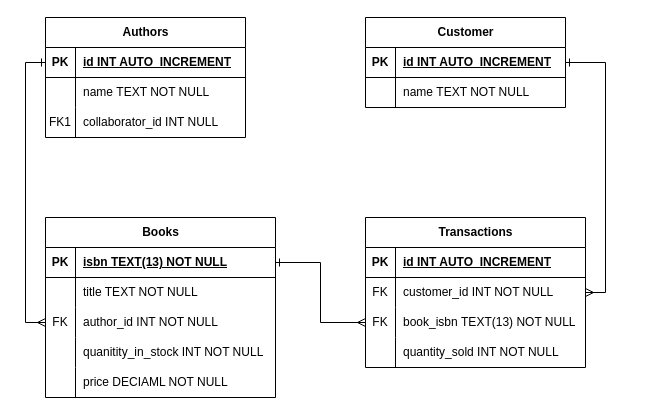
The draw.io diagram Question 1 Task 3.drawio in markoagidej/Database-Fundamentals, before the edit. Source tidied: cells renumbered, new cells numbered last; positions are measured from the earlier drawing's top-left corner, leaving out a move shared by most shapes. Both pictures are drawn from the tidied source at 100%, with x=0, y=0 at pixel (45, 17).
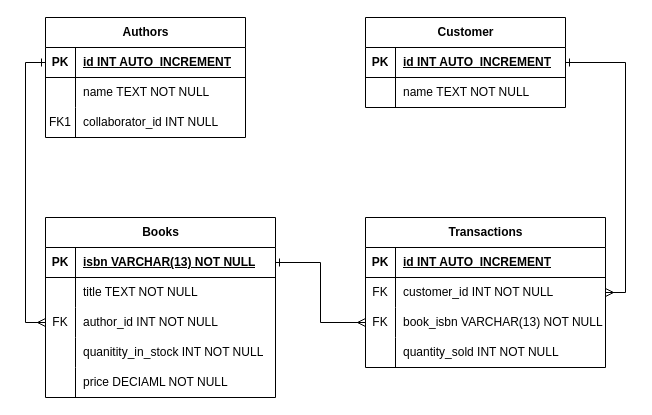
Above is the later version.

Commit message (it also covers changes not shown here):
Question 2 answered

The change refers to these unchanged cells:
```xml
<mxCell id="3" style="shape=tableRow;horizontal=0;startSize=0;swimlaneHead=0;swimlaneBody=0;fillColor=none;points=[[0,0.5],[1,0.5]];portConstraint=eastwest;top=0;left=0;right=0;bottom=1;" parent="2" vertex="1">
  <mxGeometry y="30" width="230" height="30" as="geometry" />
</mxCell>
```

The edit, as a diff of the source:
```diff
@@
-    <mxCell id="5" value="isbn&amp;nbsp;TEXT(13) NOT NULL" style="shape=partialRectangle;fillColor=none;top=0;left=0;bottom=0;right=0;align=left;spacingLeft=6;fontStyle=5;overflow=hidden;whiteSpace=wrap;html=1;" parent="3" vertex="1">
+    <mxCell id="5" value="isbn VARCHAR(13) NOT NULL" style="shape=partialRectangle;fillColor=none;top=0;left=0;bottom=0;right=0;align=left;spacingLeft=6;fontStyle=5;overflow=hidden;whiteSpace=wrap;html=1;" parent="3" vertex="1">
       <mxGeometry x="30" width="200" height="30" as="geometry" />
     </mxCell>
@@
     <mxCell id="18" value="Transactions" style="shape=table;startSize=30;childLayout=tableLayout;rowLines=0;fontStyle=1;align=center;html=1;" parent="1" vertex="1">
-      <mxGeometry x="320" y="200" width="220" height="150" as="geometry" />
+      <mxGeometry x="320" y="200" width="240" height="150" as="geometry" />
     </mxCell>
     <mxCell id="19" style="shape=tableRow;horizontal=0;startSize=0;swimlaneHead=0;swimlaneBody=0;fillColor=none;top=0;left=0;right=0;bottom=1;" parent="18" vertex="1">
-      <mxGeometry y="30" width="220" height="30" as="geometry" />
+      <mxGeometry y="30" width="240" height="30" as="geometry" />
     </mxCell>
@@
     <mxCell id="21" value="id&amp;nbsp;INT AUTO_INCREMENT" style="shape=partialRectangle;fillColor=none;top=0;left=0;bottom=0;right=0;align=left;spacingLeft=6;fontStyle=5;overflow=hidden;whiteSpace=wrap;html=1;" parent="19" vertex="1">
-      <mxGeometry x="30" width="190" height="30" as="geometry" />
+      <mxGeometry x="30" width="210" height="30" as="geometry" />
     </mxCell>
     <mxCell id="22" style="shape=tableRow;horizontal=0;startSize=0;swimlaneHead=0;swimlaneBody=0;fillColor=none;points=[[0,0.5],[1,0.5]];portConstraint=eastwest;top=0;left=0;right=0;bottom=0;" parent="18" vertex="1">
-      <mxGeometry y="60" width="220" height="30" as="geometry" />
+      <mxGeometry y="60" width="240" height="30" as="geometry" />
     </mxCell>
@@
     <mxCell id="24" value="customer_id&amp;nbsp;INT NOT NULL" style="shape=partialRectangle;fillColor=none;top=0;left=0;bottom=0;right=0;align=left;spacingLeft=6;overflow=hidden;whiteSpace=wrap;html=1;" parent="22" vertex="1">
-      <mxGeometry x="30" width="190" height="30" as="geometry" />
+      <mxGeometry x="30" width="210" height="30" as="geometry" />
     </mxCell>
     <mxCell id="25" style="shape=tableRow;horizontal=0;startSize=0;swimlaneHead=0;swimlaneBody=0;fillColor=none;points=[[0,0.5],[1,0.5]];portConstraint=eastwest;top=0;left=0;right=0;bottom=0;" parent="18" vertex="1">
-      <mxGeometry y="90" width="220" height="30" as="geometry" />
+      <mxGeometry y="90" width="240" height="30" as="geometry" />
     </mxCell>
@@
-    <mxCell id="27" value="book_isbn&amp;nbsp;TEXT(13) NOT NULL" style="shape=partialRectangle;fillColor=none;top=0;left=0;bottom=0;right=0;align=left;spacingLeft=6;overflow=hidden;whiteSpace=wrap;html=1;" parent="25" vertex="1">
-      <mxGeometry x="30" width="190" height="30" as="geometry" />
+    <mxCell id="27" value="book_isbn VARCHAR(13) NOT NULL" style="shape=partialRectangle;fillColor=none;top=0;left=0;bottom=0;right=0;align=left;spacingLeft=6;overflow=hidden;whiteSpace=wrap;html=1;" parent="25" vertex="1">
+      <mxGeometry x="30" width="210" height="30" as="geometry" />
     </mxCell>
     <mxCell id="28" style="shape=tableRow;horizontal=0;startSize=0;swimlaneHead=0;swimlaneBody=0;fillColor=none;top=0;left=0;right=0;bottom=0;" parent="18" vertex="1">
-      <mxGeometry y="120" width="220" height="30" as="geometry" />
+      <mxGeometry y="120" width="240" height="30" as="geometry" />
     </mxCell>
@@
     <mxCell id="30" value="quantity_sold&amp;nbsp;INT NOT NULL" style="shape=partialRectangle;fillColor=none;top=0;left=0;bottom=0;right=0;align=left;spacingLeft=6;overflow=hidden;whiteSpace=wrap;html=1;" parent="28" vertex="1">
-      <mxGeometry x="30" width="190" height="30" as="geometry" />
+      <mxGeometry x="30" width="210" height="30" as="geometry" />
     </mxCell>
```
